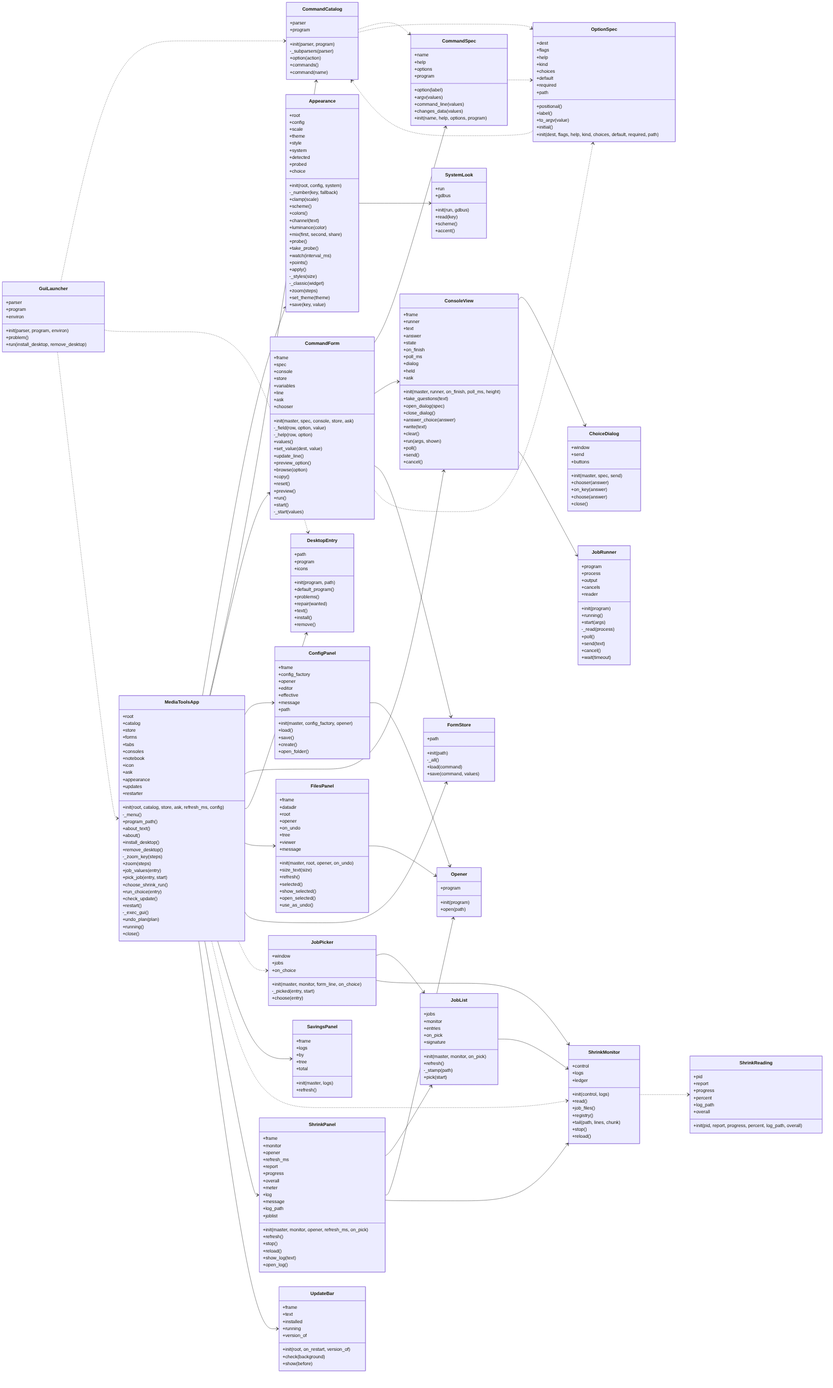
Earlier version of the Mermaid export docs/img/uml_gui.png (peddanet/mediatools). Its source is kept beside it as docs/img/uml_gui.mmd.
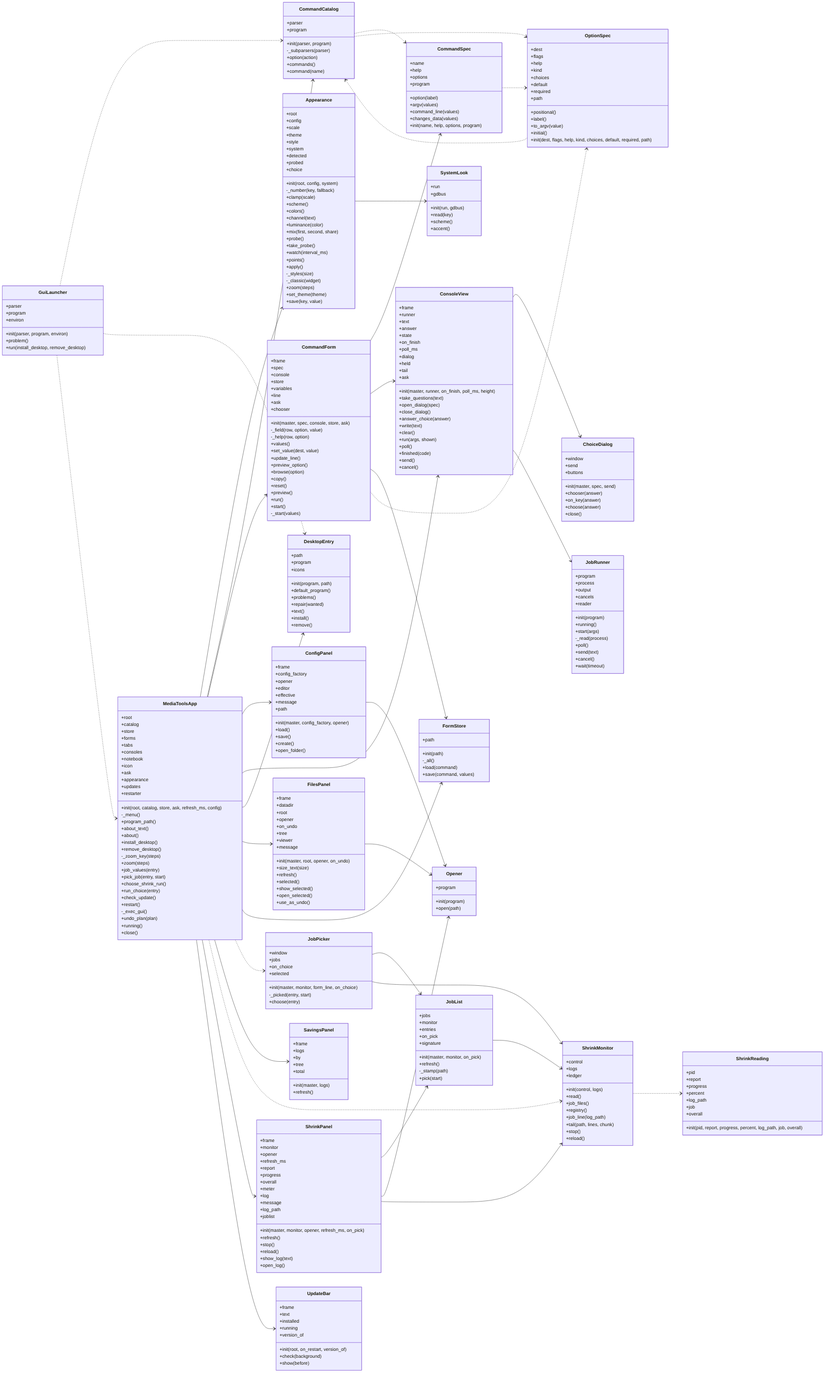
The same diagram one commit later.

What changed in the source:
```diff
@@ -140,6 +140,7 @@
     +poll_ms
     +dialog
     +held
+    +tail
     +ask
     +init(master, runner, on_finish, poll_ms, height)
     +take_questions(text)
@@ -150,6 +151,7 @@
     +clear()
     +run(args, shown)
     +poll()
+    +finished(code)
     +send()
     +cancel()
   }
@@ -204,6 +206,7 @@
     +window
     +jobs
     +on_choice
+    +selected
     +init(master, monitor, form_line, on_choice)
     -_picked(entry, start)
     +choose(entry)
@@ -268,6 +271,7 @@
     +read()
     +job_files()
     +registry()
+    +job_line(log_path)
     +tail(path, lines, chunk)
     +stop()
     +reload()
@@ -298,8 +302,9 @@
     +progress
     +percent
     +log_path
+    +job
     +overall
-    +init(pid, report, progress, percent, log_path, overall)
+    +init(pid, report, progress, percent, log_path, job, overall)
   }
   class SystemLook {
     +run
```
